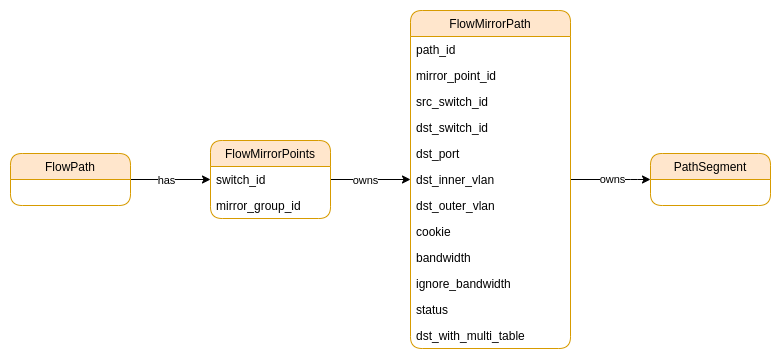
Above: docs/design/flow-traffic-mirroring/model.png in telstra/open-kilda (draw.io), before the change. Source tidied: cells renumbered, new cells last; positions are measured from the earlier drawing's top-left corner, leaving out a move shared by most shapes. Source of this version:
```xml
<mxGraphModel>
  <root>
    <mxCell id="0" />
    <mxCell id="1" parent="0" />
    <mxCell id="2" style="edgeStyle=orthogonalEdgeStyle;rounded=1;jettySize=auto;html=1;" parent="1" edge="1" source="4" target="9">
      <mxGeometry relative="1" as="geometry" />
    </mxCell>
    <mxCell id="3" value="owns" style="edgeLabel;html=1;align=center;verticalAlign=middle;" parent="2" vertex="1">
      <mxGeometry x="-0.16" y="1" relative="1" as="geometry">
        <mxPoint y="1" as="offset" />
      </mxGeometry>
    </mxCell>
    <mxCell id="4" value="FlowMirrorPoints" style="swimlane;fontStyle=0;horizontal=1;startSize=26;fillColor=#ffe6cc;swimlaneFillColor=none;rounded=1;glass=0;shadow=0;sketch=0;strokeColor=#d79b00;" parent="1" vertex="1">
      <mxGeometry x="200" y="130" width="120" height="78" as="geometry" />
    </mxCell>
    <mxCell id="5" value="switch_id" style="text;strokeColor=none;fillColor=none;align=left;verticalAlign=top;spacingLeft=4;spacingRight=4;overflow=hidden;" parent="4" vertex="1">
      <mxGeometry y="26" width="120" height="26" as="geometry" />
    </mxCell>
    <mxCell id="6" value="mirror_group_id" style="text;strokeColor=none;fillColor=none;align=left;verticalAlign=top;spacingLeft=4;spacingRight=4;overflow=hidden;" parent="4" vertex="1">
      <mxGeometry y="52" width="120" height="26" as="geometry" />
    </mxCell>
    <mxCell id="7" style="edgeStyle=orthogonalEdgeStyle;rounded=1;jettySize=auto;html=1;entryX=0;entryY=0.5;entryDx=0;entryDy=0;" parent="1" edge="1" source="9" target="25">
      <mxGeometry relative="1" as="geometry">
        <Array as="points">
          <mxPoint x="620" y="169" />
          <mxPoint x="620" y="169" />
        </Array>
      </mxGeometry>
    </mxCell>
    <mxCell id="8" value="owns" style="edgeLabel;html=1;align=center;verticalAlign=middle;" parent="7" vertex="1">
      <mxGeometry x="0.17" y="1" relative="1" as="geometry">
        <mxPoint x="-6" as="offset" />
      </mxGeometry>
    </mxCell>
    <mxCell id="9" value="FlowMirrorPath" style="swimlane;fontStyle=0;horizontal=1;startSize=26;fillColor=#ffe6cc;swimlaneFillColor=none;rounded=1;glass=0;shadow=0;sketch=0;strokeColor=#d79b00;" parent="1" vertex="1">
      <mxGeometry x="400" width="160" height="338" as="geometry" />
    </mxCell>
    <mxCell id="10" value="path_id" style="text;strokeColor=none;fillColor=none;align=left;verticalAlign=top;spacingLeft=4;spacingRight=4;overflow=hidden;" parent="9" vertex="1">
      <mxGeometry y="26" width="160" height="26" as="geometry" />
    </mxCell>
    <mxCell id="11" value="mirror_point_id" style="text;strokeColor=none;fillColor=none;align=left;verticalAlign=top;spacingLeft=4;spacingRight=4;overflow=hidden;" parent="9" vertex="1">
      <mxGeometry y="52" width="160" height="26" as="geometry" />
    </mxCell>
    <mxCell id="12" value="src_switch_id" style="text;strokeColor=none;fillColor=none;align=left;verticalAlign=top;spacingLeft=4;spacingRight=4;overflow=hidden;" parent="9" vertex="1">
      <mxGeometry y="78" width="160" height="26" as="geometry" />
    </mxCell>
    <mxCell id="13" value="dst_switch_id" style="text;strokeColor=none;fillColor=none;align=left;verticalAlign=top;spacingLeft=4;spacingRight=4;overflow=hidden;" parent="9" vertex="1">
      <mxGeometry y="104" width="160" height="26" as="geometry" />
    </mxCell>
    <mxCell id="14" value="dst_port" style="text;strokeColor=none;fillColor=none;align=left;verticalAlign=top;spacingLeft=4;spacingRight=4;overflow=hidden;" parent="9" vertex="1">
      <mxGeometry y="130" width="160" height="26" as="geometry" />
    </mxCell>
    <mxCell id="15" value="dst_inner_vlan" style="text;strokeColor=none;fillColor=none;align=left;verticalAlign=top;spacingLeft=4;spacingRight=4;overflow=hidden;" parent="9" vertex="1">
      <mxGeometry y="156" width="160" height="26" as="geometry" />
    </mxCell>
    <mxCell id="16" value="dst_outer_vlan" style="text;strokeColor=none;fillColor=none;align=left;verticalAlign=top;spacingLeft=4;spacingRight=4;overflow=hidden;" parent="9" vertex="1">
      <mxGeometry y="182" width="160" height="26" as="geometry" />
    </mxCell>
    <mxCell id="17" value="cookie" style="text;strokeColor=none;fillColor=none;align=left;verticalAlign=top;spacingLeft=4;spacingRight=4;overflow=hidden;" parent="9" vertex="1">
      <mxGeometry y="208" width="160" height="26" as="geometry" />
    </mxCell>
    <mxCell id="18" value="bandwidth" style="text;strokeColor=none;fillColor=none;align=left;verticalAlign=top;spacingLeft=4;spacingRight=4;overflow=hidden;" parent="9" vertex="1">
      <mxGeometry y="234" width="160" height="26" as="geometry" />
    </mxCell>
    <mxCell id="19" value="ignore_bandwidth" style="text;strokeColor=none;fillColor=none;align=left;verticalAlign=top;spacingLeft=4;spacingRight=4;overflow=hidden;" parent="9" vertex="1">
      <mxGeometry y="260" width="160" height="26" as="geometry" />
    </mxCell>
    <mxCell id="20" value="status" style="text;strokeColor=none;fillColor=none;align=left;verticalAlign=top;spacingLeft=4;spacingRight=4;overflow=hidden;" parent="9" vertex="1">
      <mxGeometry y="286" width="160" height="26" as="geometry" />
    </mxCell>
    <mxCell id="21" value="dst_with_multi_table" style="text;strokeColor=none;fillColor=none;align=left;verticalAlign=top;spacingLeft=4;spacingRight=4;overflow=hidden;" parent="9" vertex="1">
      <mxGeometry y="312" width="160" height="26" as="geometry" />
    </mxCell>
    <mxCell id="22" style="edgeStyle=orthogonalEdgeStyle;rounded=1;jettySize=auto;html=1;fillColor=#dae8fc;" parent="1" edge="1" source="24" target="4">
      <mxGeometry relative="1" as="geometry" />
    </mxCell>
    <mxCell id="23" value="has" style="edgeLabel;html=1;align=center;verticalAlign=middle;" parent="22" vertex="1">
      <mxGeometry x="-0.12" y="1" relative="1" as="geometry">
        <mxPoint y="1" as="offset" />
      </mxGeometry>
    </mxCell>
    <mxCell id="24" value="FlowPath" style="swimlane;fontStyle=0;horizontal=1;startSize=26;fillColor=#ffe6cc;swimlaneFillColor=none;rounded=1;glass=0;shadow=0;sketch=0;strokeColor=#d79b00;" parent="1" vertex="1">
      <mxGeometry y="143" width="120" height="52" as="geometry" />
    </mxCell>
    <mxCell id="25" value="PathSegment" style="swimlane;fontStyle=0;horizontal=1;startSize=26;fillColor=#ffe6cc;swimlaneFillColor=none;rounded=1;glass=0;shadow=0;sketch=0;strokeColor=#d79b00;" parent="1" vertex="1">
      <mxGeometry x="640" y="143" width="120" height="52" as="geometry" />
    </mxCell>
  </root>
</mxGraphModel>
```
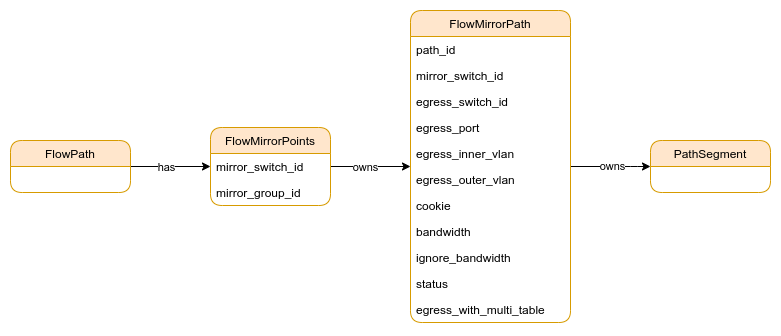
Later version of the same file.

The edit, as a diff of the source:
```diff
@@ -13,7 +13,7 @@
     <mxCell id="4" value="FlowMirrorPoints" style="swimlane;fontStyle=0;horizontal=1;startSize=26;fillColor=#ffe6cc;swimlaneFillColor=none;rounded=1;glass=0;shadow=0;sketch=0;strokeColor=#d79b00;" parent="1" vertex="1">
       <mxGeometry x="200" y="130" width="120" height="78" as="geometry" />
     </mxCell>
-    <mxCell id="5" value="switch_id" style="text;strokeColor=none;fillColor=none;align=left;verticalAlign=top;spacingLeft=4;spacingRight=4;overflow=hidden;" parent="4" vertex="1">
+    <mxCell id="5" value="mirror_switch_id" style="text;strokeColor=none;fillColor=none;align=left;verticalAlign=top;spacingLeft=4;spacingRight=4;overflow=hidden;" parent="4" vertex="1">
       <mxGeometry y="26" width="120" height="26" as="geometry" />
     </mxCell>
     <mxCell id="6" value="mirror_group_id" style="text;strokeColor=none;fillColor=none;align=left;verticalAlign=top;spacingLeft=4;spacingRight=4;overflow=hidden;" parent="4" vertex="1">
@@ -33,43 +33,40 @@
       </mxGeometry>
     </mxCell>
     <mxCell id="9" value="FlowMirrorPath" style="swimlane;fontStyle=0;horizontal=1;startSize=26;fillColor=#ffe6cc;swimlaneFillColor=none;rounded=1;glass=0;shadow=0;sketch=0;strokeColor=#d79b00;" parent="1" vertex="1">
-      <mxGeometry x="400" width="160" height="338" as="geometry" />
+      <mxGeometry x="400" y="13" width="160" height="312" as="geometry" />
     </mxCell>
     <mxCell id="10" value="path_id" style="text;strokeColor=none;fillColor=none;align=left;verticalAlign=top;spacingLeft=4;spacingRight=4;overflow=hidden;" parent="9" vertex="1">
       <mxGeometry y="26" width="160" height="26" as="geometry" />
     </mxCell>
-    <mxCell id="11" value="mirror_point_id" style="text;strokeColor=none;fillColor=none;align=left;verticalAlign=top;spacingLeft=4;spacingRight=4;overflow=hidden;" parent="9" vertex="1">
-      <mxGeometry y="52" width="160" height="26" as="geometry" />
-    </mxCell>
-    <mxCell id="12" value="src_switch_id" style="text;strokeColor=none;fillColor=none;align=left;verticalAlign=top;spacingLeft=4;spacingRight=4;overflow=hidden;" parent="9" vertex="1">
-      <mxGeometry y="78" width="160" height="26" as="geometry" />
+    <mxCell id="12" value="mirror_switch_id" style="text;strokeColor=none;fillColor=none;align=left;verticalAlign=top;spacingLeft=4;spacingRight=4;overflow=hidden;" parent="9" vertex="1">
+      <mxGeometry y="52" width="160" height="26" as="geometry" />
     </mxCell>
-    <mxCell id="13" value="dst_switch_id" style="text;strokeColor=none;fillColor=none;align=left;verticalAlign=top;spacingLeft=4;spacingRight=4;overflow=hidden;" parent="9" vertex="1">
-      <mxGeometry y="104" width="160" height="26" as="geometry" />
+    <mxCell id="13" value="egress_switch_id" style="text;strokeColor=none;fillColor=none;align=left;verticalAlign=top;spacingLeft=4;spacingRight=4;overflow=hidden;" parent="9" vertex="1">
+      <mxGeometry y="78" width="160" height="26" as="geometry" />
     </mxCell>
-    <mxCell id="14" value="dst_port" style="text;strokeColor=none;fillColor=none;align=left;verticalAlign=top;spacingLeft=4;spacingRight=4;overflow=hidden;" parent="9" vertex="1">
-      <mxGeometry y="130" width="160" height="26" as="geometry" />
+    <mxCell id="14" value="egress_port" style="text;strokeColor=none;fillColor=none;align=left;verticalAlign=top;spacingLeft=4;spacingRight=4;overflow=hidden;" parent="9" vertex="1">
+      <mxGeometry y="104" width="160" height="26" as="geometry" />
     </mxCell>
-    <mxCell id="15" value="dst_inner_vlan" style="text;strokeColor=none;fillColor=none;align=left;verticalAlign=top;spacingLeft=4;spacingRight=4;overflow=hidden;" parent="9" vertex="1">
-      <mxGeometry y="156" width="160" height="26" as="geometry" />
+    <mxCell id="15" value="egress_inner_vlan" style="text;strokeColor=none;fillColor=none;align=left;verticalAlign=top;spacingLeft=4;spacingRight=4;overflow=hidden;" parent="9" vertex="1">
+      <mxGeometry y="130" width="160" height="26" as="geometry" />
     </mxCell>
-    <mxCell id="16" value="dst_outer_vlan" style="text;strokeColor=none;fillColor=none;align=left;verticalAlign=top;spacingLeft=4;spacingRight=4;overflow=hidden;" parent="9" vertex="1">
-      <mxGeometry y="182" width="160" height="26" as="geometry" />
+    <mxCell id="16" value="egress_outer_vlan" style="text;strokeColor=none;fillColor=none;align=left;verticalAlign=top;spacingLeft=4;spacingRight=4;overflow=hidden;" parent="9" vertex="1">
+      <mxGeometry y="156" width="160" height="26" as="geometry" />
     </mxCell>
     <mxCell id="17" value="cookie" style="text;strokeColor=none;fillColor=none;align=left;verticalAlign=top;spacingLeft=4;spacingRight=4;overflow=hidden;" parent="9" vertex="1">
-      <mxGeometry y="208" width="160" height="26" as="geometry" />
+      <mxGeometry y="182" width="160" height="26" as="geometry" />
     </mxCell>
     <mxCell id="18" value="bandwidth" style="text;strokeColor=none;fillColor=none;align=left;verticalAlign=top;spacingLeft=4;spacingRight=4;overflow=hidden;" parent="9" vertex="1">
-      <mxGeometry y="234" width="160" height="26" as="geometry" />
+      <mxGeometry y="208" width="160" height="26" as="geometry" />
     </mxCell>
     <mxCell id="19" value="ignore_bandwidth" style="text;strokeColor=none;fillColor=none;align=left;verticalAlign=top;spacingLeft=4;spacingRight=4;overflow=hidden;" parent="9" vertex="1">
-      <mxGeometry y="260" width="160" height="26" as="geometry" />
+      <mxGeometry y="234" width="160" height="26" as="geometry" />
     </mxCell>
     <mxCell id="20" value="status" style="text;strokeColor=none;fillColor=none;align=left;verticalAlign=top;spacingLeft=4;spacingRight=4;overflow=hidden;" parent="9" vertex="1">
-      <mxGeometry y="286" width="160" height="26" as="geometry" />
+      <mxGeometry y="260" width="160" height="26" as="geometry" />
     </mxCell>
-    <mxCell id="21" value="dst_with_multi_table" style="text;strokeColor=none;fillColor=none;align=left;verticalAlign=top;spacingLeft=4;spacingRight=4;overflow=hidden;" parent="9" vertex="1">
-      <mxGeometry y="312" width="160" height="26" as="geometry" />
+    <mxCell id="21" value="egress_with_multi_table" style="text;strokeColor=none;fillColor=none;align=left;verticalAlign=top;spacingLeft=4;spacingRight=4;overflow=hidden;" parent="9" vertex="1">
+      <mxGeometry y="286" width="160" height="26" as="geometry" />
     </mxCell>
     <mxCell id="22" style="edgeStyle=orthogonalEdgeStyle;rounded=1;jettySize=auto;html=1;fillColor=#dae8fc;" parent="1" edge="1" source="24" target="4">
       <mxGeometry relative="1" as="geometry" />
```
